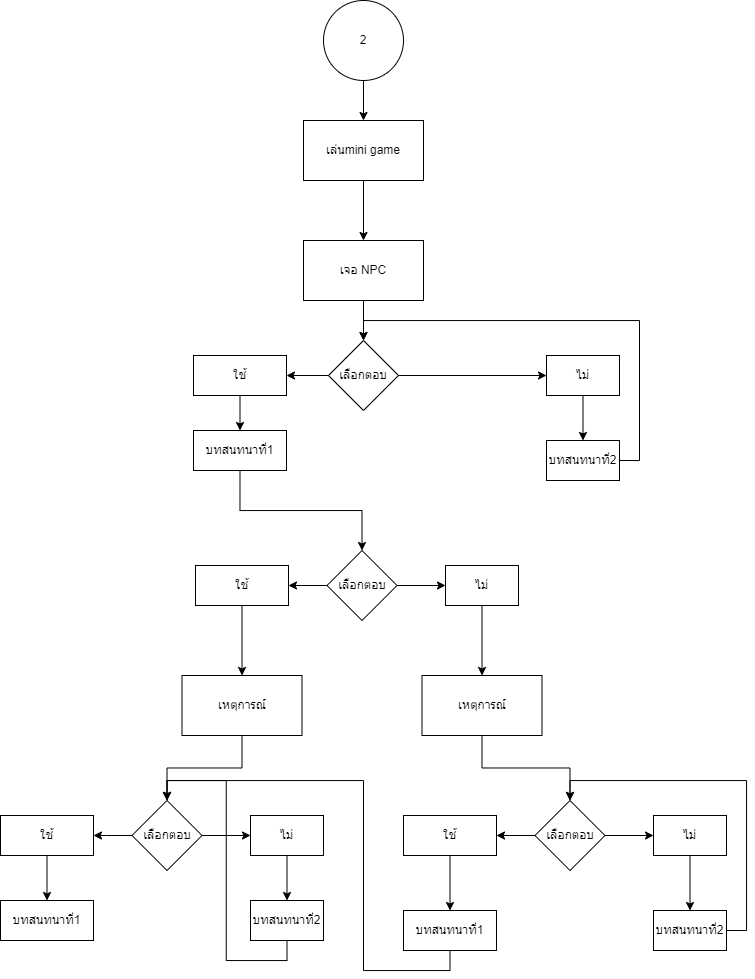
The draw.io diagram 47.drawio.png in Pundow/ww, before a commit. Source tidied: cells renumbered, new cells last; positions are measured from the earlier drawing's top-left corner, leaving out a move shared by most shapes.
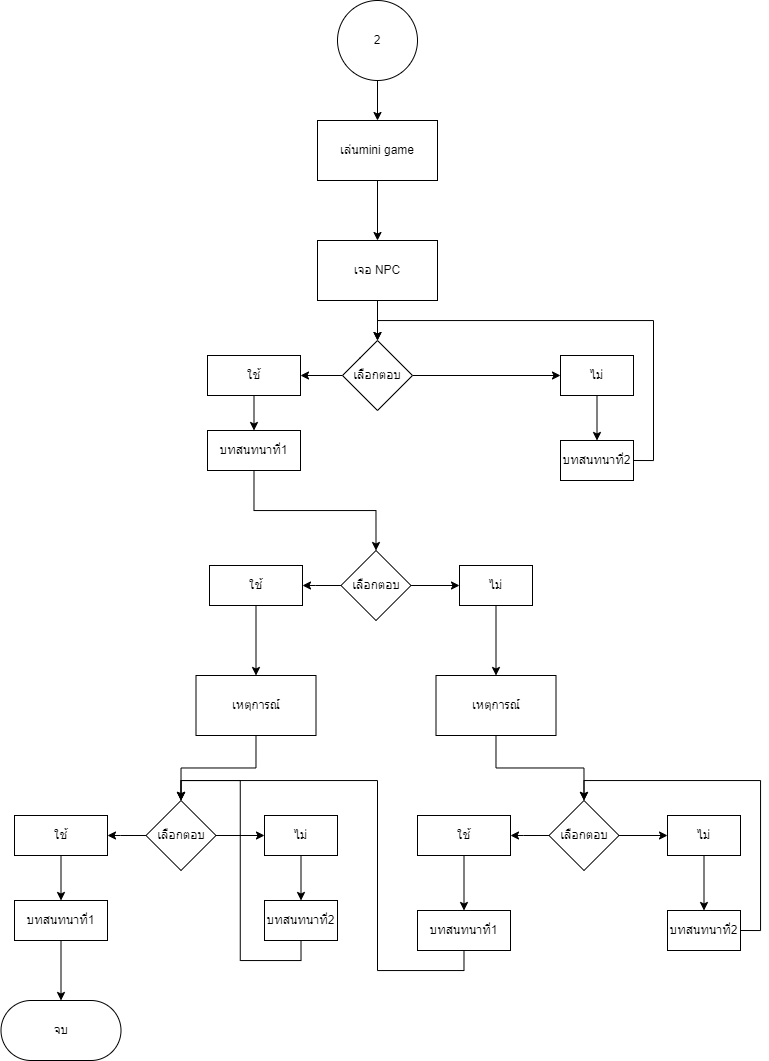
After the change.

The edit, as a diff of the source:
```diff
@@ -134,6 +134,9 @@
     <mxCell id="45" value="บทสนทนาที่2" style="whiteSpace=wrap;html=1;labelBackgroundColor=none;rounded=1;arcSize=0;" parent="1" vertex="1">
       <mxGeometry x="250" y="900" width="73" height="40" as="geometry" />
     </mxCell>
+    <mxCell id="51" style="edgeStyle=orthogonalEdgeStyle;rounded=0;jettySize=auto;html=1;" parent="1" edge="1" source="46" target="52">
+      <mxGeometry relative="1" as="geometry" />
+    </mxCell>
     <mxCell id="46" value="บทสนทนาที่1" style="whiteSpace=wrap;html=1;labelBackgroundColor=none;rounded=1;arcSize=0;" parent="1" vertex="1">
       <mxGeometry y="900" width="93" height="40" as="geometry" />
     </mxCell>
@@ -156,5 +159,8 @@
     <mxCell id="50" value="บทสนทนาที่1" style="whiteSpace=wrap;html=1;labelBackgroundColor=none;rounded=1;arcSize=0;" parent="1" vertex="1">
       <mxGeometry x="403" y="910" width="93" height="40" as="geometry" />
     </mxCell>
+    <mxCell id="52" value="จบ" style="whiteSpace=wrap;html=1;labelBackgroundColor=none;rounded=1;arcSize=50;" parent="1" vertex="1">
+      <mxGeometry x="-13.5" y="1000" width="120" height="60" as="geometry" />
+    </mxCell>
   </root>
 </mxGraphModel>
```
